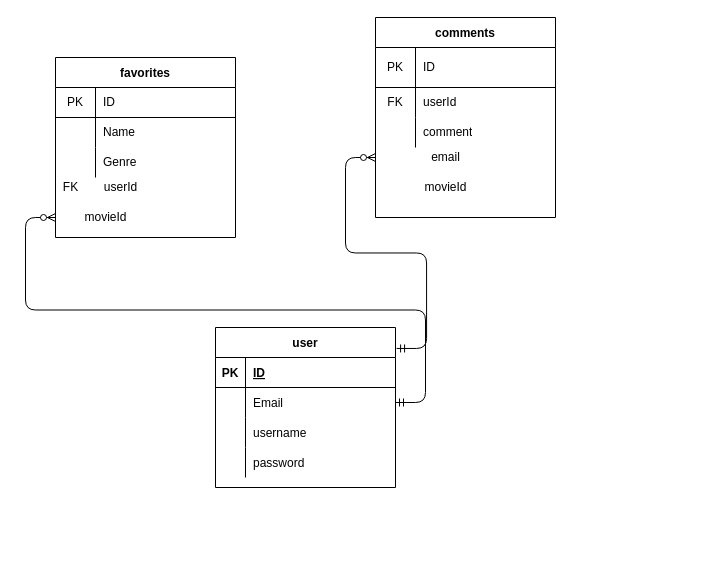
The draw.io diagram erd.drawio in dudahamilton/project-2, before the edit. Source tidied: cells renumbered, new cells numbered last; positions are measured from the earlier drawing's top-left corner, leaving out a move shared by most shapes. Both pictures are drawn from the tidied source at 100%, with x=0, y=0 at pixel (55, 17).
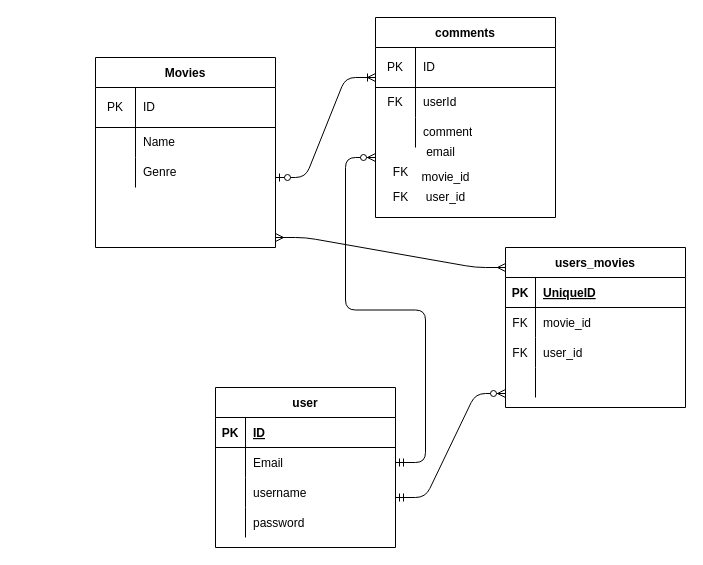
After the change.

Unchanged cells that the change refers to:
```xml
<mxCell id="27" style="shape=partialRectangle;fillColor=none;top=0;left=0;bottom=0;right=0;points=[[0,0.5],[1,0.5]];portConstraint=eastwest;" parent="23" vertex="1">
  <mxGeometry y="60" width="180" height="30" as="geometry" />
</mxCell>
```

Diff of the diagram source:
```diff
@@
-    <mxCell id="12" value="favorites" style="shape=table;startSize=30;childLayout=tableLayout;rowLines=0;fontStyle=1;align=center;" parent="1" vertex="1">
-      <mxGeometry y="40" width="180" height="180" as="geometry" />
+    <mxCell id="12" value="Movies" style="shape=table;startSize=30;childLayout=tableLayout;rowLines=0;fontStyle=1;align=center;" parent="1" vertex="1">
+      <mxGeometry x="40" y="40" width="180" height="190" as="geometry" />
     </mxCell>
     <mxCell id="13" style="shape=partialRectangle;html=1;whiteSpace=wrap;fillColor=none;top=0;left=0;bottom=1;right=0;" parent="12" vertex="1">
-      <mxGeometry y="30" width="180" height="30" as="geometry" />
+      <mxGeometry y="30" width="180" height="40" as="geometry" />
     </mxCell>
     <mxCell id="14" value="PK" style="shape=partialRectangle;html=1;whiteSpace=wrap;fillColor=none;top=0;left=0;bottom=0;right=0;overflow=hidden;" parent="13" vertex="1">
-      <mxGeometry width="40" height="30" as="geometry" />
+      <mxGeometry width="40" height="40" as="geometry" />
     </mxCell>
     <mxCell id="15" value="ID" style="shape=partialRectangle;html=1;whiteSpace=wrap;fillColor=none;top=0;left=0;bottom=0;right=0;align=left;spacingLeft=6;overflow=hidden;" parent="13" vertex="1">
-      <mxGeometry x="40" width="140" height="30" as="geometry" />
+      <mxGeometry x="40" width="140" height="40" as="geometry" />
     </mxCell>
     <mxCell id="16" style="shape=partialRectangle;html=1;whiteSpace=wrap;fillColor=none;top=0;left=0;bottom=0;right=0;" parent="12" vertex="1">
-      <mxGeometry y="60" width="180" height="30" as="geometry" />
+      <mxGeometry y="70" width="180" height="30" as="geometry" />
     </mxCell>
@@
     <mxCell id="19" style="shape=partialRectangle;html=1;whiteSpace=wrap;fillColor=none;top=0;left=0;bottom=0;right=0;" parent="12" vertex="1">
-      <mxGeometry y="90" width="180" height="30" as="geometry" />
+      <mxGeometry y="100" width="180" height="30" as="geometry" />
     </mxCell>
@@
     <mxCell id="22" value="email" style="text;html=1;align=center;verticalAlign=middle;strokeColor=none;fillColor=none;" parent="1" vertex="1">
-      <mxGeometry x="370" y="130" width="40" height="20" as="geometry" />
+      <mxGeometry x="365" y="125" width="40" height="20" as="geometry" />
     </mxCell>
     <mxCell id="23" value="user" style="shape=table;startSize=30;childLayout=tableLayout;rowLines=0;fontStyle=1;align=center;" parent="1" vertex="1">
-      <mxGeometry x="160" y="310" width="180" height="160" as="geometry" />
+      <mxGeometry x="160" y="370" width="180" height="160" as="geometry" />
     </mxCell>
@@
-    <mxCell id="36" style="edgeStyle=entityRelationEdgeStyle;fontSize=12;html=1;endArrow=ERzeroToMany;startArrow=ERmandOne;exitX=1.006;exitY=0.131;exitDx=0;exitDy=0;exitPerimeter=0;" parent="1" edge="1" source="23">
+    <mxCell id="36" style="edgeStyle=entityRelationEdgeStyle;fontSize=12;html=1;endArrow=ERzeroToMany;startArrow=ERmandOne;exitX=1;exitY=0.5;exitDx=0;exitDy=0;" parent="1" edge="1" source="27">
       <mxGeometry relative="1" as="geometry">
         <mxPoint x="320" y="140" as="targetPoint" />
       </mxGeometry>
     </mxCell>
-    <mxCell id="37" style="edgeStyle=entityRelationEdgeStyle;fontSize=12;html=1;endArrow=ERzeroToMany;startArrow=ERmandOne;exitX=1;exitY=0.5;exitDx=0;exitDy=0;" parent="1" edge="1" source="27">
-      <mxGeometry relative="1" as="geometry">
-        <mxPoint y="200" as="targetPoint" />
-      </mxGeometry>
-    </mxCell>
-    <mxCell id="38" value="userId" style="text;html=1;align=center;verticalAlign=middle;strokeColor=none;fillColor=none;" parent="1" vertex="1">
-      <mxGeometry x="40" y="160" width="50" height="20" as="geometry" />
-    </mxCell>
-    <mxCell id="39" value="movieId" style="text;html=1;align=center;verticalAlign=middle;strokeColor=none;fillColor=none;" parent="1" vertex="1">
-      <mxGeometry x="20" y="190" width="60" height="20" as="geometry" />
-    </mxCell>
-    <mxCell id="40" value="movieId" style="text;html=1;align=center;verticalAlign=middle;strokeColor=none;fillColor=none;" parent="1" vertex="1">
-      <mxGeometry x="360" y="160" width="60" height="20" as="geometry" />
+    <mxCell id="40" value="movie_id" style="text;html=1;align=center;verticalAlign=middle;strokeColor=none;fillColor=none;" parent="1" vertex="1">
+      <mxGeometry x="360" y="150" width="60" height="20" as="geometry" />
     </mxCell>
-    <mxCell id="41" value="FK" style="text;html=1;align=center;verticalAlign=middle;strokeColor=none;fillColor=none;" parent="1" vertex="1">
-      <mxGeometry y="160" width="30" height="20" as="geometry" />
-    </mxCell>
+    <mxCell id="42" value="users_movies" style="shape=table;startSize=30;childLayout=tableLayout;rowLines=0;fontStyle=1;align=center;" parent="1" vertex="1">
+      <mxGeometry x="450" y="230" width="180" height="160" as="geometry" />
+    </mxCell>
+    <mxCell id="43" style="shape=partialRectangle;fillColor=none;top=0;left=0;bottom=1;right=0;" parent="42" vertex="1">
+      <mxGeometry y="30" width="180" height="30" as="geometry" />
+    </mxCell>
+    <mxCell id="44" value="PK" style="shape=partialRectangle;fillColor=none;top=0;left=0;bottom=0;right=0;fontStyle=1;overflow=hidden;" parent="43" vertex="1">
+      <mxGeometry width="30" height="30" as="geometry" />
+    </mxCell>
+    <mxCell id="45" value="UniqueID" style="shape=partialRectangle;fillColor=none;top=0;left=0;bottom=0;right=0;align=left;spacingLeft=6;fontStyle=5;overflow=hidden;" parent="43" vertex="1">
+      <mxGeometry x="30" width="150" height="30" as="geometry" />
+    </mxCell>
+    <mxCell id="46" style="shape=partialRectangle;fillColor=none;top=0;left=0;bottom=0;right=0;" parent="42" vertex="1">
+      <mxGeometry y="60" width="180" height="30" as="geometry" />
+    </mxCell>
+    <mxCell id="47" value="FK" style="shape=partialRectangle;fillColor=none;top=0;left=0;bottom=0;right=0;overflow=hidden;" parent="46" vertex="1">
+      <mxGeometry width="30" height="30" as="geometry" />
+    </mxCell>
+    <mxCell id="48" value="movie_id" style="shape=partialRectangle;fillColor=none;top=0;left=0;bottom=0;right=0;align=left;spacingLeft=6;overflow=hidden;" parent="46" vertex="1">
+      <mxGeometry x="30" width="150" height="30" as="geometry" />
+    </mxCell>
+    <mxCell id="49" style="shape=partialRectangle;fillColor=none;top=0;left=0;bottom=0;right=0;" parent="42" vertex="1">
+      <mxGeometry y="90" width="180" height="30" as="geometry" />
+    </mxCell>
+    <mxCell id="50" value="FK" style="shape=partialRectangle;fillColor=none;top=0;left=0;bottom=0;right=0;overflow=hidden;" parent="49" vertex="1">
+      <mxGeometry width="30" height="30" as="geometry" />
+    </mxCell>
+    <mxCell id="51" value="user_id" style="shape=partialRectangle;fillColor=none;top=0;left=0;bottom=0;right=0;align=left;spacingLeft=6;overflow=hidden;" parent="49" vertex="1">
+      <mxGeometry x="30" width="150" height="30" as="geometry" />
+    </mxCell>
+    <mxCell id="52" style="shape=partialRectangle;fillColor=none;top=0;left=0;bottom=0;right=0;" parent="42" vertex="1">
+      <mxGeometry y="120" width="180" height="30" as="geometry" />
+    </mxCell>
+    <mxCell id="53" style="shape=partialRectangle;fillColor=none;top=0;left=0;bottom=0;right=0;overflow=hidden;" parent="52" vertex="1">
+      <mxGeometry width="30" height="30" as="geometry" />
+    </mxCell>
+    <mxCell id="54" style="shape=partialRectangle;fillColor=none;top=0;left=0;bottom=0;right=0;align=left;spacingLeft=6;overflow=hidden;" parent="52" vertex="1">
+      <mxGeometry x="30" width="150" height="30" as="geometry" />
+    </mxCell>
+    <mxCell id="55" style="edgeStyle=entityRelationEdgeStyle;fontSize=12;html=1;endArrow=ERoneToMany;startArrow=ERzeroToOne;" parent="1" edge="1">
+      <mxGeometry relative="1" as="geometry">
+        <mxPoint x="220" y="160" as="sourcePoint" />
+        <mxPoint x="320" y="60" as="targetPoint" />
+      </mxGeometry>
+    </mxCell>
+    <mxCell id="56" value="user_id" style="text;html=1;align=center;verticalAlign=middle;strokeColor=none;fillColor=none;" parent="1" vertex="1">
+      <mxGeometry x="365" y="170" width="50" height="20" as="geometry" />
+    </mxCell>
+    <mxCell id="57" value="FK" style="text;html=1;align=center;verticalAlign=middle;strokeColor=none;fillColor=none;" parent="1" vertex="1">
+      <mxGeometry x="330" y="145" width="30" height="20" as="geometry" />
+    </mxCell>
+    <mxCell id="58" value="FK" style="text;html=1;align=center;verticalAlign=middle;strokeColor=none;fillColor=none;" parent="1" vertex="1">
+      <mxGeometry x="330" y="170" width="30" height="20" as="geometry" />
+    </mxCell>
+    <mxCell id="59" style="edgeStyle=entityRelationEdgeStyle;fontSize=12;html=1;endArrow=ERmany;startArrow=ERmany;" parent="1" edge="1">
+      <mxGeometry relative="1" as="geometry">
+        <mxPoint x="220" y="220" as="sourcePoint" />
+        <mxPoint x="450" y="250" as="targetPoint" />
+      </mxGeometry>
+    </mxCell>
+    <mxCell id="60" style="edgeStyle=entityRelationEdgeStyle;fontSize=12;html=1;endArrow=ERzeroToMany;startArrow=ERmandOne;" parent="1" edge="1">
+      <mxGeometry relative="1" as="geometry">
+        <mxPoint x="340" y="480" as="sourcePoint" />
+        <mxPoint x="450" y="376" as="targetPoint" />
+      </mxGeometry>
+    </mxCell>
```
